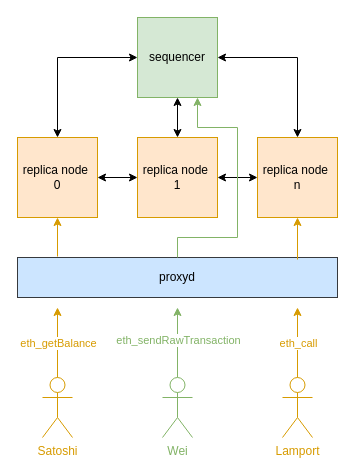
This is public/img/builders/chain-operators/ingress-traffic-diagram.drawio from ethereum-optimism/docs, a draw.io file, before an edit. Source tidied: cells renumbered, new cells numbered last; positions are measured from the earlier drawing's top-left corner, leaving out a move shared by most shapes. Both pictures are drawn from the tidied source at 100%, with x=0, y=0 at pixel (17, 17).
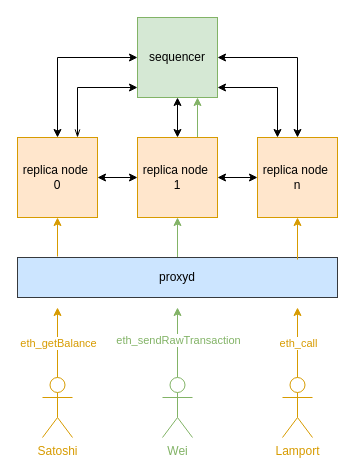
After the change.

Commit message (it also covers changes not shown here):
updating diagram with all nodes peered

The change refers to these unchanged cells:
```xml
<mxCell id="2" value="sequencer" style="whiteSpace=wrap;html=1;fillColor=#d5e8d4;strokeColor=#82b366;" parent="1" vertex="1">
  <mxGeometry x="120" width="80" height="80" as="geometry" />
</mxCell>
<mxCell id="3" value="replica node&amp;nbsp;&lt;br&gt;0" style="whiteSpace=wrap;html=1;fillColor=#ffe6cc;strokeColor=#d79b00;" parent="1" vertex="1">
  <mxGeometry y="120" width="80" height="80" as="geometry" />
</mxCell>
<mxCell id="4" value="proxyd" style="rounded=0;whiteSpace=wrap;html=1;fillColor=#cce5ff;strokeColor=#36393d;" parent="1" vertex="1">
  <mxGeometry y="240" width="320" height="40" as="geometry" />
</mxCell>
<mxCell id="5" value="replica node&amp;nbsp;&lt;br&gt;1" style="whiteSpace=wrap;html=1;fillColor=#ffe6cc;strokeColor=#d79b00;" parent="1" vertex="1">
  <mxGeometry x="120" y="120" width="80" height="80" as="geometry" />
</mxCell>
<mxCell id="6" value="replica node&amp;nbsp;&lt;br&gt;n" style="whiteSpace=wrap;html=1;fillColor=#ffe6cc;strokeColor=#d79b00;" parent="1" vertex="1">
  <mxGeometry x="240" y="120" width="80" height="80" as="geometry" />
</mxCell>
```

Change to the diagram source:
```diff
@@
+    <mxCell id="24" style="edgeStyle=orthogonalEdgeStyle;rounded=0;jettySize=auto;html=1;exitX=0.75;exitY=0;exitDx=0;exitDy=0;startArrow=openThin;startFill=0;" parent="1" edge="1" source="3">
+      <mxGeometry relative="1" as="geometry">
+        <mxPoint x="120" y="70" as="targetPoint" />
+        <Array as="points">
+          <mxPoint x="60" y="70" />
+          <mxPoint x="120" y="70" />
+        </Array>
+      </mxGeometry>
+    </mxCell>
@@
+    <mxCell id="25" style="edgeStyle=orthogonalEdgeStyle;rounded=0;jettySize=auto;html=1;exitX=0.5;exitY=0;exitDx=0;exitDy=0;entryX=0.5;entryY=1;entryDx=0;entryDy=0;strokeColor=#82B366;" parent="1" edge="1" source="4" target="5">
+      <mxGeometry relative="1" as="geometry" />
+    </mxCell>
@@
+    <mxCell id="26" style="edgeStyle=orthogonalEdgeStyle;rounded=0;jettySize=auto;html=1;exitX=0.75;exitY=0;exitDx=0;exitDy=0;entryX=0.75;entryY=1;entryDx=0;entryDy=0;strokeColor=#82B366;" parent="1" edge="1" source="5" target="2">
+      <mxGeometry relative="1" as="geometry" />
+    </mxCell>
@@
-    <mxCell id="23" style="endArrow=classic;html=1;rounded=0;exitX=0.5;exitY=0;exitDx=0;exitDy=0;entryX=0.75;entryY=1;entryDx=0;entryDy=0;strokeColor=#82B366;" parent="1" edge="1" source="4" target="2">
-      <mxGeometry relative="1" as="geometry">
-        <Array as="points">
-          <mxPoint x="160" y="220" />
-          <mxPoint x="220" y="220" />
-          <mxPoint x="220" y="110" />
-          <mxPoint x="180" y="110" />
-        </Array>
-      </mxGeometry>
-    </mxCell>
+    <mxCell id="27" style="edgeStyle=orthogonalEdgeStyle;rounded=0;jettySize=auto;html=1;exitX=0.25;exitY=0;exitDx=0;exitDy=0;entryX=1;entryY=0.875;entryDx=0;entryDy=0;entryPerimeter=0;startArrow=classic;startFill=1;" parent="1" edge="1" source="6" target="2">
+      <mxGeometry relative="1" as="geometry" />
+    </mxCell>
```
